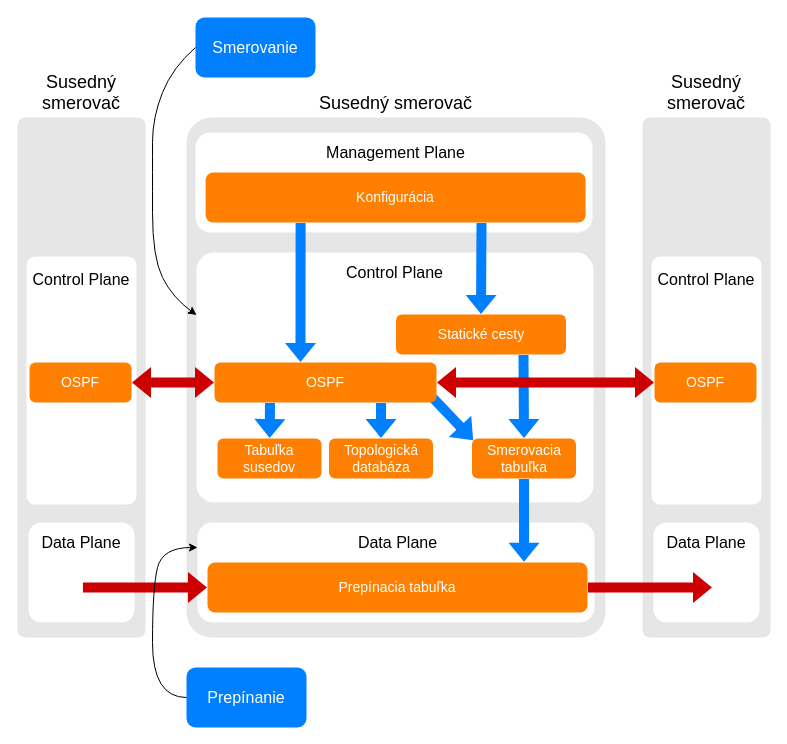
Before: thesis/obrazky/SDN_planes.drawio in siorus/MasterThesis, a draw.io diagram. Source tidied: cells renumbered, new cells numbered last; positions are measured from the earlier drawing's top-left corner, leaving out a move shared by most shapes. Both pictures are drawn from the tidied source at 100%, with x=0, y=0 at pixel (17, 17).
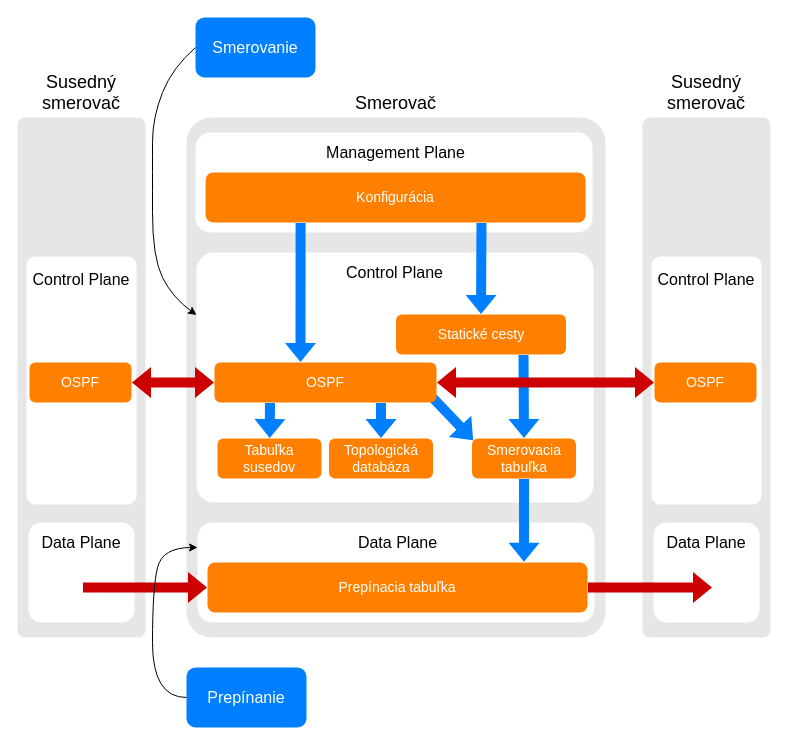
The same diagram, later.

The edit, as a diff of the source:
```diff
@@
-    <mxCell id="2" value="&lt;font style=&quot;font-size: 18px&quot;&gt;Susedný smerovač&lt;/font&gt;" style="rounded=1;whiteSpace=wrap;html=1;labelPosition=center;verticalLabelPosition=top;align=center;verticalAlign=bottom;arcSize=6;strokeColor=none;fillColor=#E6E6E6;fontFamily=Vafle VUT;" parent="1" vertex="1">
+    <mxCell id="2" value="&lt;font style=&quot;font-size: 18px&quot;&gt;Smerovač&lt;/font&gt;" style="rounded=1;whiteSpace=wrap;html=1;labelPosition=center;verticalLabelPosition=top;align=center;verticalAlign=bottom;arcSize=6;strokeColor=none;fillColor=#E6E6E6;fontFamily=Vafle VUT;" parent="1" vertex="1">
       <mxGeometry x="169" y="100" width="419" height="520" as="geometry" />
     </mxCell>
```
